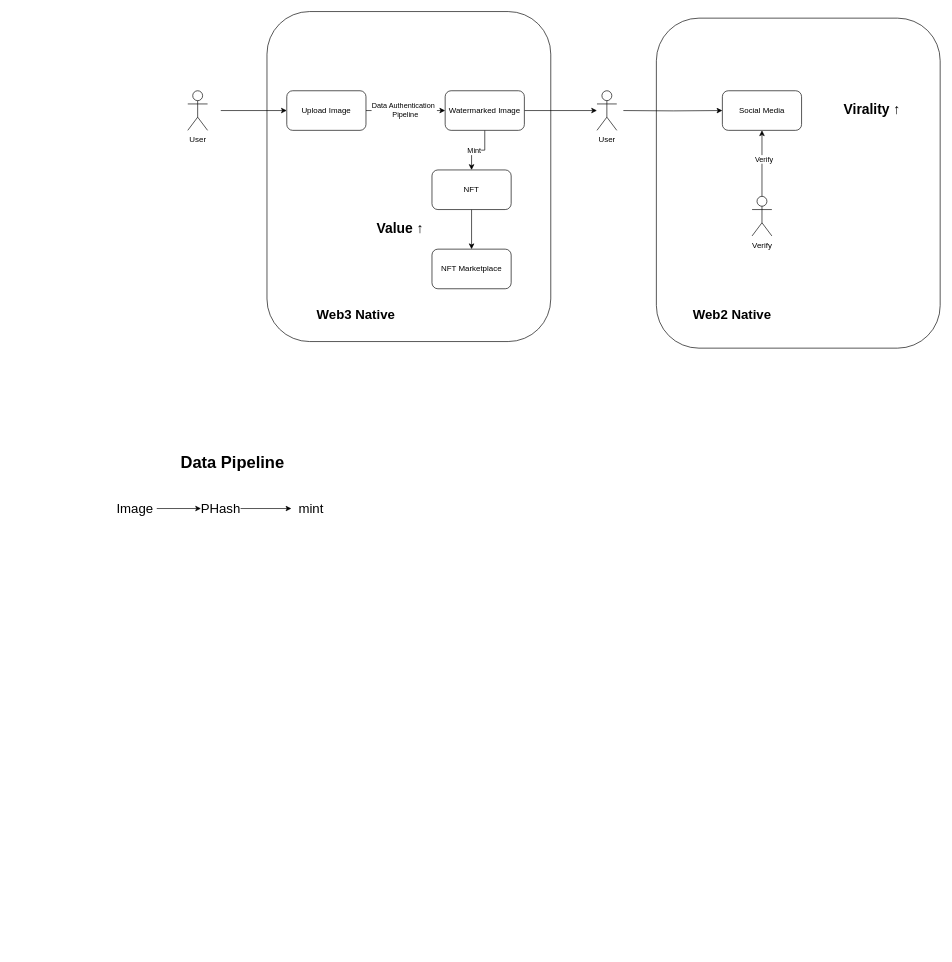
ChanX21/Project-Diagrams keeps this draw.io diagram as page "Architecture" (1 of 4) of Project.drawio. Above is the earlier version. Source tidied: cells renumbered, new cells numbered last; positions are measured from the earlier drawing's top-left corner, leaving out a move shared by most shapes. Both pictures are drawn from the tidied source at 66%, with x=0, y=0 at pixel (117, 11).
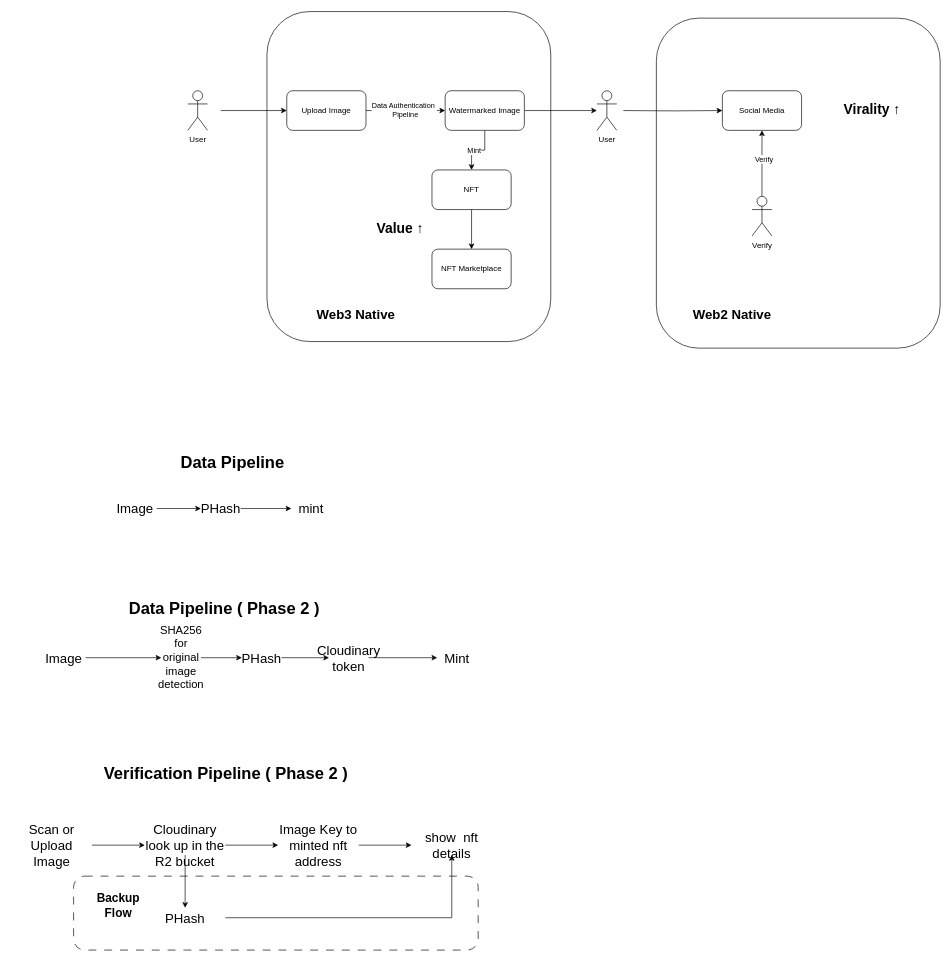
After the change.

The edit, as a diff of the source:
```diff
@@
+    <mxCell id="32" style="rounded=1;whiteSpace=wrap;html=1;dashed=1;dashPattern=12 12;" parent="1" vertex="1">
+      <mxGeometry x="-66" y="1310" width="613" height="112" as="geometry" />
+    </mxCell>
@@
+    <mxCell id="33" value="Data Pipeline ( Phase 2 )&amp;nbsp;" style="text;html=1;align=center;verticalAlign=middle;whiteSpace=wrap;rounded=0;fontStyle=1;fontSize=25;" parent="1" vertex="1">
+      <mxGeometry x="-8" y="889" width="348" height="30" as="geometry" />
+    </mxCell>
+    <mxCell id="34" style="edgeStyle=orthogonalEdgeStyle;rounded=0;jettySize=auto;html=1;" parent="1" edge="1" source="35" target="37">
+      <mxGeometry relative="1" as="geometry" />
+    </mxCell>
+    <mxCell id="35" value="&lt;font style=&quot;font-size: 20px;&quot;&gt;Image&amp;nbsp;&lt;/font&gt;" style="text;html=1;align=center;verticalAlign=middle;whiteSpace=wrap;rounded=0;" parent="1" vertex="1">
+      <mxGeometry x="-108" y="964" width="60" height="30" as="geometry" />
+    </mxCell>
+    <mxCell id="36" style="edgeStyle=orthogonalEdgeStyle;rounded=0;jettySize=auto;html=1;" parent="1" edge="1" source="51" target="39">
+      <mxGeometry relative="1" as="geometry" />
+    </mxCell>
+    <mxCell id="37" value="&lt;font style=&quot;font-size: 17px;&quot;&gt;SHA256&lt;/font&gt;&lt;div&gt;&lt;font style=&quot;font-size: 17px;&quot;&gt;for original image detection&lt;/font&gt;&lt;/div&gt;" style="text;html=1;align=center;verticalAlign=middle;whiteSpace=wrap;rounded=0;" parent="1" vertex="1">
+      <mxGeometry x="67" y="964" width="60" height="30" as="geometry" />
+    </mxCell>
+    <mxCell id="38" style="edgeStyle=orthogonalEdgeStyle;rounded=0;jettySize=auto;html=1;" parent="1" edge="1" source="39" target="40">
+      <mxGeometry relative="1" as="geometry" />
+    </mxCell>
+    <mxCell id="39" value="&lt;span style=&quot;font-size: 20px;&quot;&gt;Cloudinary token&lt;/span&gt;" style="text;html=1;align=center;verticalAlign=middle;whiteSpace=wrap;rounded=0;" parent="1" vertex="1">
+      <mxGeometry x="321" y="964" width="60" height="30" as="geometry" />
+    </mxCell>
+    <mxCell id="40" value="&lt;span style=&quot;font-size: 20px;&quot;&gt;Mint&lt;/span&gt;" style="text;html=1;align=center;verticalAlign=middle;whiteSpace=wrap;rounded=0;" parent="1" vertex="1">
+      <mxGeometry x="485" y="964" width="60" height="30" as="geometry" />
+    </mxCell>
+    <mxCell id="41" value="Verification Pipeline ( Phase 2 )" style="text;html=1;align=center;verticalAlign=middle;whiteSpace=wrap;rounded=0;fontStyle=1;fontSize=25;" parent="1" vertex="1">
+      <mxGeometry x="-38" y="1138" width="406" height="30" as="geometry" />
+    </mxCell>
+    <mxCell id="42" style="edgeStyle=orthogonalEdgeStyle;rounded=0;jettySize=auto;html=1;" parent="1" edge="1" source="43" target="46">
+      <mxGeometry relative="1" as="geometry" />
+    </mxCell>
+    <mxCell id="43" value="&lt;font style=&quot;font-size: 20px;&quot;&gt;Scan or Upload Image&lt;/font&gt;" style="text;html=1;align=center;verticalAlign=middle;whiteSpace=wrap;rounded=0;" parent="1" vertex="1">
+      <mxGeometry x="-160" y="1248" width="122" height="30" as="geometry" />
+    </mxCell>
+    <mxCell id="44" style="edgeStyle=orthogonalEdgeStyle;rounded=0;jettySize=auto;html=1;" parent="1" edge="1" source="46" target="48">
+      <mxGeometry relative="1" as="geometry" />
+    </mxCell>
+    <mxCell id="45" style="edgeStyle=orthogonalEdgeStyle;rounded=0;jettySize=auto;html=1;" parent="1" edge="1" source="46" target="53">
+      <mxGeometry relative="1" as="geometry" />
+    </mxCell>
+    <mxCell id="46" value="&lt;font style=&quot;font-size: 20px;&quot;&gt;Cloudinary look up in the R2 bucket&lt;/font&gt;" style="text;html=1;align=center;verticalAlign=middle;whiteSpace=wrap;rounded=0;" parent="1" vertex="1">
+      <mxGeometry x="42" y="1248" width="122" height="30" as="geometry" />
+    </mxCell>
+    <mxCell id="47" style="edgeStyle=orthogonalEdgeStyle;rounded=0;jettySize=auto;html=1;" parent="1" edge="1" source="48" target="49">
+      <mxGeometry relative="1" as="geometry" />
+    </mxCell>
+    <mxCell id="48" value="&lt;font style=&quot;font-size: 20px;&quot;&gt;Image Key to minted nft address&lt;/font&gt;" style="text;html=1;align=center;verticalAlign=middle;whiteSpace=wrap;rounded=0;" parent="1" vertex="1">
+      <mxGeometry x="244" y="1248" width="122" height="30" as="geometry" />
+    </mxCell>
+    <mxCell id="49" value="&lt;font style=&quot;font-size: 20px;&quot;&gt;show &amp;nbsp;nft details&lt;/font&gt;" style="text;html=1;align=center;verticalAlign=middle;whiteSpace=wrap;rounded=0;" parent="1" vertex="1">
+      <mxGeometry x="446" y="1248" width="122" height="30" as="geometry" />
+    </mxCell>
+    <mxCell id="50" style="edgeStyle=orthogonalEdgeStyle;rounded=0;jettySize=auto;html=1;" parent="1" edge="1" source="37" target="51">
+      <mxGeometry relative="1" as="geometry" />
+    </mxCell>
+    <mxCell id="51" value="&lt;span style=&quot;font-size: 20px;&quot;&gt;PHash&lt;/span&gt;" style="text;html=1;align=center;verticalAlign=middle;whiteSpace=wrap;rounded=0;" parent="1" vertex="1">
+      <mxGeometry x="189" y="964" width="60" height="30" as="geometry" />
+    </mxCell>
+    <mxCell id="52" style="edgeStyle=orthogonalEdgeStyle;rounded=0;jettySize=auto;html=1;entryX=0.5;entryY=1;entryDx=0;entryDy=0;" parent="1" edge="1" source="53" target="49">
+      <mxGeometry relative="1" as="geometry" />
+    </mxCell>
+    <mxCell id="53" value="&lt;font style=&quot;font-size: 20px;&quot;&gt;PHash&lt;/font&gt;" style="text;html=1;align=center;verticalAlign=middle;whiteSpace=wrap;rounded=0;" parent="1" vertex="1">
+      <mxGeometry x="42" y="1358" width="122" height="30" as="geometry" />
+    </mxCell>
+    <mxCell id="54" value="Backup Flow" style="text;html=1;align=center;verticalAlign=middle;whiteSpace=wrap;rounded=0;fontStyle=1;fontSize=18;" parent="1" vertex="1">
+      <mxGeometry x="-28" y="1340" width="60" height="30" as="geometry" />
+    </mxCell>
```
